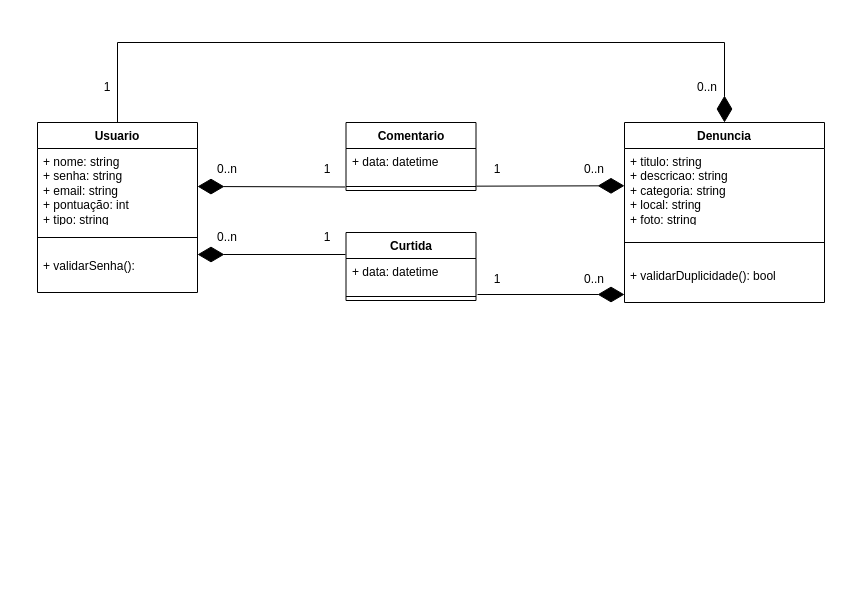
The draw.io diagram Documentação/Diagramas/Diagrama de Classes/Diagrama de classes.drawio in frsouzaa/Documentacao-TCC-NossaVia, before the edit. Source tidied: cells renumbered, new cells numbered last; positions are measured from the earlier drawing's top-left corner, leaving out a move shared by most shapes. Both pictures are drawn from the tidied source at 100%, with x=0, y=0 at pixel (37, 42).
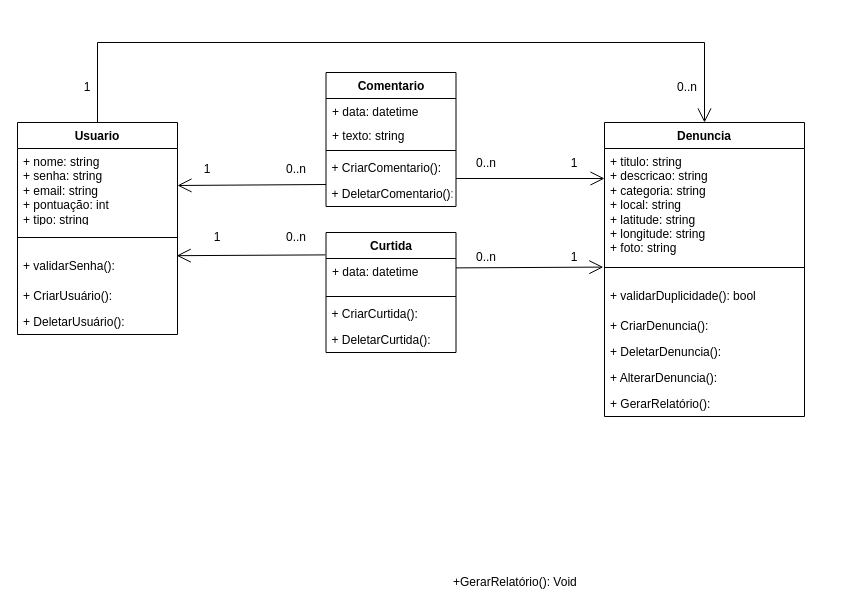
Above is the later version.

Unchanged cells that the change refers to:
```xml
<mxCell id="3" value="+ nome: string&lt;div&gt;+ senha: string&lt;div&gt;+ email: string&lt;/div&gt;&lt;div&gt;+ pontuação: int&lt;/div&gt;&lt;div&gt;+ tipo: string&lt;/div&gt;&lt;div&gt;&lt;br&gt;&lt;div&gt;&lt;br&gt;&lt;/div&gt;&lt;/div&gt;&lt;/div&gt;" style="text;strokeColor=none;fillColor=none;align=left;verticalAlign=top;spacingLeft=4;spacingRight=4;overflow=hidden;points=[[0,0.5],[1,0.5]];portConstraint=eastwest;whiteSpace=wrap;html=1;" parent="2" vertex="1">
  <mxGeometry y="26" width="160" height="74" as="geometry" />
</mxCell>
<mxCell id="17" value="+ data: datetime" style="text;strokeColor=none;fillColor=none;align=left;verticalAlign=top;spacingLeft=4;spacingRight=4;overflow=hidden;points=[[0,0.5],[1,0.5]];portConstraint=eastwest;whiteSpace=wrap;html=1;" parent="16" vertex="1">
  <mxGeometry y="26" width="130" height="34" as="geometry" />
</mxCell>
```

Change to the diagram source:
```diff
@@
     <mxCell id="2" value="Usuario" style="swimlane;fontStyle=1;align=center;verticalAlign=top;horizontal=1;startSize=26;whiteSpace=wrap;html=1;" parent="1" vertex="1">
-      <mxGeometry y="80" width="160" height="170" as="geometry" />
+      <mxGeometry x="-20" y="80" width="160" height="212" as="geometry" />
     </mxCell>
@@
     <mxCell id="5" value="&lt;div&gt;&lt;div&gt;+ validarSenha():&lt;/div&gt;&lt;/div&gt;" style="text;strokeColor=none;fillColor=none;align=left;verticalAlign=top;spacingLeft=4;spacingRight=4;overflow=hidden;points=[[0,0.5],[1,0.5]];portConstraint=eastwest;whiteSpace=wrap;html=1;" parent="2" vertex="1">
-      <mxGeometry y="130" width="160" height="40" as="geometry" />
+      <mxGeometry y="130" width="160" height="30" as="geometry" />
     </mxCell>
+    <mxCell id="31" value="+ CriarUsuário(): " style="text;align=left;verticalAlign=top;spacingLeft=4;spacingRight=4;overflow=hidden;" parent="2" vertex="1">
+      <mxGeometry y="160" width="160" height="26" as="geometry" />
+    </mxCell>
+    <mxCell id="32" value="+ DeletarUsuário(): " style="text;align=left;verticalAlign=top;spacingLeft=4;spacingRight=4;overflow=hidden;" parent="2" vertex="1">
+      <mxGeometry y="186" width="160" height="26" as="geometry" />
+    </mxCell>
     <mxCell id="6" value="Denuncia" style="swimlane;fontStyle=1;align=center;verticalAlign=top;horizontal=1;startSize=26;whiteSpace=wrap;html=1;" parent="1" vertex="1">
-      <mxGeometry x="587" y="80" width="200" height="180" as="geometry" />
+      <mxGeometry x="567" y="80" width="200" height="294" as="geometry" />
     </mxCell>
-    <mxCell id="7" value="+ titulo: string&lt;div&gt;+ descricao: string&lt;/div&gt;&lt;div&gt;+ categoria: string&lt;/div&gt;&lt;div&gt;+ local: string&lt;/div&gt;&lt;div&gt;+ foto: string&lt;/div&gt;&lt;div&gt;&lt;br&gt;&lt;div&gt;&lt;br&gt;&lt;div&gt;&lt;br&gt;&lt;/div&gt;&lt;/div&gt;&lt;/div&gt;" style="text;strokeColor=none;fillColor=none;align=left;verticalAlign=top;spacingLeft=4;spacingRight=4;overflow=hidden;points=[[0,0.5],[1,0.5]];portConstraint=eastwest;whiteSpace=wrap;html=1;" parent="6" vertex="1">
-      <mxGeometry y="26" width="200" height="74" as="geometry" />
+    <mxCell id="7" value="+ titulo: string&lt;div&gt;+ descricao: string&lt;/div&gt;&lt;div&gt;+ categoria: string&lt;/div&gt;&lt;div&gt;+ local: string&lt;br&gt;+ latitude: string&lt;/div&gt;&lt;div&gt;+ longitude: string&lt;/div&gt;&lt;div&gt;+ foto: string&lt;/div&gt;&lt;div&gt;&lt;br&gt;&lt;div&gt;&lt;br&gt;&lt;div&gt;&lt;br&gt;&lt;/div&gt;&lt;/div&gt;&lt;/div&gt;" style="text;strokeColor=none;fillColor=none;align=left;verticalAlign=top;spacingLeft=4;spacingRight=4;overflow=hidden;points=[[0,0.5],[1,0.5]];portConstraint=eastwest;whiteSpace=wrap;html=1;" parent="6" vertex="1">
+      <mxGeometry y="26" width="200" height="104" as="geometry" />
     </mxCell>
     <mxCell id="8" style="line;strokeWidth=1;fillColor=none;align=left;verticalAlign=middle;spacingTop=-1;spacingLeft=3;spacingRight=3;labelPosition=right;strokeColor=inherit;" parent="6" vertex="1">
-      <mxGeometry y="100" width="200" height="40" as="geometry" />
+      <mxGeometry y="130" width="200" height="30" as="geometry" />
     </mxCell>
     <mxCell id="9" value="+ validarDuplicidade(): bool" style="text;strokeColor=none;fillColor=none;align=left;verticalAlign=top;spacingLeft=4;spacingRight=4;overflow=hidden;whiteSpace=wrap;html=1;" parent="6" vertex="1">
-      <mxGeometry y="140" width="200" height="40" as="geometry" />
+      <mxGeometry y="160" width="200" height="30" as="geometry" />
     </mxCell>
+    <mxCell id="33" value="+ CriarDenuncia(): " style="text;align=left;verticalAlign=top;spacingLeft=4;spacingRight=4;overflow=hidden;" parent="6" vertex="1">
+      <mxGeometry y="190" width="200" height="26" as="geometry" />
+    </mxCell>
+    <mxCell id="34" value="+ DeletarDenuncia(): " style="text;align=left;verticalAlign=top;spacingLeft=4;spacingRight=4;overflow=hidden;" parent="6" vertex="1">
+      <mxGeometry y="216" width="200" height="26" as="geometry" />
+    </mxCell>
+    <mxCell id="35" value="+ AlterarDenuncia(): " style="text;align=left;verticalAlign=top;spacingLeft=4;spacingRight=4;overflow=hidden;" parent="6" vertex="1">
+      <mxGeometry y="242" width="200" height="26" as="geometry" />
+    </mxCell>
+    <mxCell id="36" value="+ GerarRelatório(): " style="text;align=left;verticalAlign=top;spacingLeft=4;spacingRight=4;overflow=hidden;" parent="6" vertex="1">
+      <mxGeometry y="268" width="200" height="26" as="geometry" />
+    </mxCell>
     <mxCell id="10" value="Comentario" style="swimlane;fontStyle=1;align=center;verticalAlign=top;horizontal=1;startSize=26;whiteSpace=wrap;html=1;" parent="1" vertex="1">
-      <mxGeometry x="308.5" y="80" width="130" height="68" as="geometry" />
+      <mxGeometry x="288.5" y="30" width="130" height="134" as="geometry" />
     </mxCell>
     <mxCell id="11" value="+ data: datetime" style="text;strokeColor=none;fillColor=none;align=left;verticalAlign=top;spacingLeft=4;spacingRight=4;overflow=hidden;points=[[0,0.5],[1,0.5]];portConstraint=eastwest;whiteSpace=wrap;html=1;" parent="10" vertex="1">
-      <mxGeometry y="26" width="130" height="34" as="geometry" />
+      <mxGeometry y="26" width="130" height="24" as="geometry" />
     </mxCell>
+    <mxCell id="37" value="+ texto: string" style="text;strokeColor=none;fillColor=none;align=left;verticalAlign=top;spacingLeft=4;spacingRight=4;overflow=hidden;whiteSpace=wrap;html=1;" parent="10" vertex="1">
+      <mxGeometry y="50" width="130" height="24" as="geometry" />
+    </mxCell>
     <mxCell id="12" style="line;strokeWidth=1;fillColor=none;align=left;verticalAlign=middle;spacingTop=-1;spacingLeft=3;spacingRight=3;labelPosition=right;strokeColor=inherit;" parent="10" vertex="1">
-      <mxGeometry y="60" width="130" height="8" as="geometry" />
+      <mxGeometry y="74" width="130" height="8" as="geometry" />
     </mxCell>
-    <mxCell id="13" style="endArrow=diamondThin;endFill=1;endSize=24;html=1;rounded=0;exitX=1.003;exitY=1.108;exitDx=0;exitDy=0;exitPerimeter=0;" parent="1" edge="1" source="11" target="7">
-      <mxGeometry relative="1" as="geometry" />
-    </mxCell>
+    <mxCell id="38" value="+ CriarComentario():" style="text;align=left;verticalAlign=top;spacingLeft=4;spacingRight=4;overflow=hidden;" parent="10" vertex="1">
+      <mxGeometry y="82" width="130" height="26" as="geometry" />
+    </mxCell>
+    <mxCell id="39" value="+ DeletarComentario(): " style="text;align=left;verticalAlign=top;spacingLeft=4;spacingRight=4;overflow=hidden;" parent="10" vertex="1">
+      <mxGeometry y="108" width="130" height="26" as="geometry" />
+    </mxCell>
     <mxCell id="14" value="1" style="text;html=1;align=center;verticalAlign=middle;whiteSpace=wrap;rounded=0;" parent="1" vertex="1">
-      <mxGeometry x="430" y="112" width="60" height="30" as="geometry" />
+      <mxGeometry x="507" y="106" width="60" height="30" as="geometry" />
     </mxCell>
     <mxCell id="15" value="0..n" style="text;html=1;align=center;verticalAlign=middle;whiteSpace=wrap;rounded=0;" parent="1" vertex="1">
-      <mxGeometry x="527" y="112" width="60" height="30" as="geometry" />
+      <mxGeometry x="418.5" y="106" width="60" height="30" as="geometry" />
     </mxCell>
     <mxCell id="16" value="Curtida" style="swimlane;fontStyle=1;align=center;verticalAlign=top;horizontal=1;startSize=26;whiteSpace=wrap;html=1;" parent="1" vertex="1">
-      <mxGeometry x="308.5" y="190" width="130" height="68" as="geometry" />
+      <mxGeometry x="288.5" y="190" width="130" height="120" as="geometry" />
     </mxCell>
@@
+    <mxCell id="40" value="+ CriarCurtida():" style="text;align=left;verticalAlign=top;spacingLeft=4;spacingRight=4;overflow=hidden;" parent="16" vertex="1">
+      <mxGeometry y="68" width="130" height="26" as="geometry" />
+    </mxCell>
+    <mxCell id="41" value="+ DeletarCurtida(): " style="text;align=left;verticalAlign=top;spacingLeft=4;spacingRight=4;overflow=hidden;" parent="16" vertex="1">
+      <mxGeometry y="94" width="130" height="26" as="geometry" />
+    </mxCell>
     <mxCell id="19" value="1" style="text;html=1;align=center;verticalAlign=middle;whiteSpace=wrap;rounded=0;" parent="1" vertex="1">
-      <mxGeometry x="430" y="222" width="60" height="30" as="geometry" />
+      <mxGeometry x="507" y="200" width="60" height="30" as="geometry" />
     </mxCell>
-    <mxCell id="20" style="endArrow=diamondThin;endFill=1;endSize=24;html=1;rounded=0;" parent="1" edge="1">
-      <mxGeometry relative="1" as="geometry">
-        <mxPoint x="440" y="252" as="sourcePoint" />
-        <mxPoint x="587" y="252" as="targetPoint" />
-      </mxGeometry>
-    </mxCell>
-    <mxCell id="21" style="endArrow=diamondThin;endFill=1;endSize=24;html=1;rounded=0;exitX=-0.007;exitY=1.132;exitDx=0;exitDy=0;exitPerimeter=0;" parent="1" edge="1" source="11">
-      <mxGeometry relative="1" as="geometry">
-        <mxPoint x="160" y="144" as="targetPoint" />
-      </mxGeometry>
-    </mxCell>
     <mxCell id="22" value="0..n" style="text;html=1;align=center;verticalAlign=middle;whiteSpace=wrap;rounded=0;" parent="1" vertex="1">
-      <mxGeometry x="160" y="112" width="60" height="30" as="geometry" />
+      <mxGeometry x="228.5" y="112" width="60" height="30" as="geometry" />
     </mxCell>
     <mxCell id="23" value="1" style="text;html=1;align=center;verticalAlign=middle;whiteSpace=wrap;rounded=0;" parent="1" vertex="1">
-      <mxGeometry x="260" y="112" width="60" height="30" as="geometry" />
+      <mxGeometry x="140" y="112" width="60" height="30" as="geometry" />
     </mxCell>
     <mxCell id="24" value="0..n" style="text;html=1;align=center;verticalAlign=middle;whiteSpace=wrap;rounded=0;" parent="1" vertex="1">
-      <mxGeometry x="527" y="222" width="60" height="30" as="geometry" />
+      <mxGeometry x="418.5" y="200" width="60" height="30" as="geometry" />
     </mxCell>
-    <mxCell id="25" style="endArrow=diamondThin;endFill=1;endSize=24;html=1;rounded=0;exitX=-0.007;exitY=1.132;exitDx=0;exitDy=0;exitPerimeter=0;" parent="1" edge="1">
-      <mxGeometry relative="1" as="geometry">
-        <mxPoint x="308" y="212" as="sourcePoint" />
-        <mxPoint x="160" y="212" as="targetPoint" />
-      </mxGeometry>
-    </mxCell>
     <mxCell id="26" value="0..n" style="text;html=1;align=center;verticalAlign=middle;whiteSpace=wrap;rounded=0;" parent="1" vertex="1">
-      <mxGeometry x="160" y="180" width="60" height="30" as="geometry" />
+      <mxGeometry x="228.5" y="180" width="60" height="30" as="geometry" />
     </mxCell>
     <mxCell id="27" value="1" style="text;html=1;align=center;verticalAlign=middle;whiteSpace=wrap;rounded=0;" parent="1" vertex="1">
-      <mxGeometry x="260" y="180" width="60" height="30" as="geometry" />
+      <mxGeometry x="150" y="180" width="60" height="30" as="geometry" />
     </mxCell>
-    <mxCell id="28" style="endArrow=diamondThin;endFill=1;endSize=24;html=1;rounded=0;exitX=0.5;exitY=0;exitDx=0;exitDy=0;entryX=0.5;entryY=0;entryDx=0;entryDy=0;" parent="1" edge="1" source="2" target="6">
-      <mxGeometry relative="1" as="geometry">
-        <Array as="points">
-          <mxPoint x="80" />
-          <mxPoint x="687" />
-        </Array>
-      </mxGeometry>
-    </mxCell>
     <mxCell id="29" value="0..n" style="text;html=1;align=center;verticalAlign=middle;whiteSpace=wrap;rounded=0;" parent="1" vertex="1">
-      <mxGeometry x="640" y="30" width="60" height="30" as="geometry" />
+      <mxGeometry x="620" y="30" width="60" height="30" as="geometry" />
     </mxCell>
     <mxCell id="30" value="1" style="text;html=1;align=center;verticalAlign=middle;whiteSpace=wrap;rounded=0;" parent="1" vertex="1">
-      <mxGeometry x="40" y="30" width="60" height="30" as="geometry" />
+      <mxGeometry x="20" y="30" width="60" height="30" as="geometry" />
     </mxCell>
+    <mxCell id="42" style="endArrow=open;endFill=1;endSize=12;html=1;rounded=0;entryX=-0.006;entryY=0.107;entryDx=0;entryDy=0;exitX=0;exitY=0.5;exitDx=0;exitDy=0;entryPerimeter=0;" parent="1" edge="1">
+      <mxGeometry relative="1" as="geometry">
+        <mxPoint x="418.5" y="225.4" as="sourcePoint" />
+        <mxPoint x="565.8" y="224.6" as="targetPoint" />
+      </mxGeometry>
+    </mxCell>
+    <mxCell id="43" style="endArrow=open;endFill=1;endSize=12;html=1;rounded=0;entryX=1;entryY=1;entryDx=0;entryDy=0;exitX=0;exitY=1;exitDx=0;exitDy=0;" parent="1" edge="1" source="15" target="14">
+      <mxGeometry relative="1" as="geometry" />
+    </mxCell>
+    <mxCell id="44" style="endArrow=open;endFill=1;endSize=12;html=1;rounded=0;entryX=0.995;entryY=0.106;entryDx=0;entryDy=0;exitX=-0.005;exitY=-0.106;exitDx=0;exitDy=0;exitPerimeter=0;entryPerimeter=0;" parent="1" edge="1" source="17" target="5">
+      <mxGeometry relative="1" as="geometry" />
+    </mxCell>
+    <mxCell id="45" style="endArrow=open;endFill=1;endSize=12;html=1;rounded=0;entryX=1;entryY=0.5;entryDx=0;entryDy=0;exitX=1;exitY=1;exitDx=0;exitDy=0;" parent="1" edge="1" source="22" target="3">
+      <mxGeometry relative="1" as="geometry" />
+    </mxCell>
+    <mxCell id="28" style="endArrow=open;endFill=1;endSize=12;html=1;rounded=0;entryX=0.5;entryY=0;entryDx=0;entryDy=0;exitX=0.5;exitY=0;exitDx=0;exitDy=0;" parent="1" edge="1" source="2" target="6">
+      <mxGeometry relative="1" as="geometry">
+        <Array as="points">
+          <mxPoint x="60" />
+          <mxPoint x="667" />
+        </Array>
+      </mxGeometry>
+    </mxCell>
+    <mxCell id="46" value="+GerarRelatório(): Void" style="text;align=left;verticalAlign=top;spacingLeft=4;spacingRight=4;overflow=hidden;" parent="1" vertex="1">
+      <mxGeometry x="410" y="526" width="160" height="26" as="geometry" />
+    </mxCell>
```
